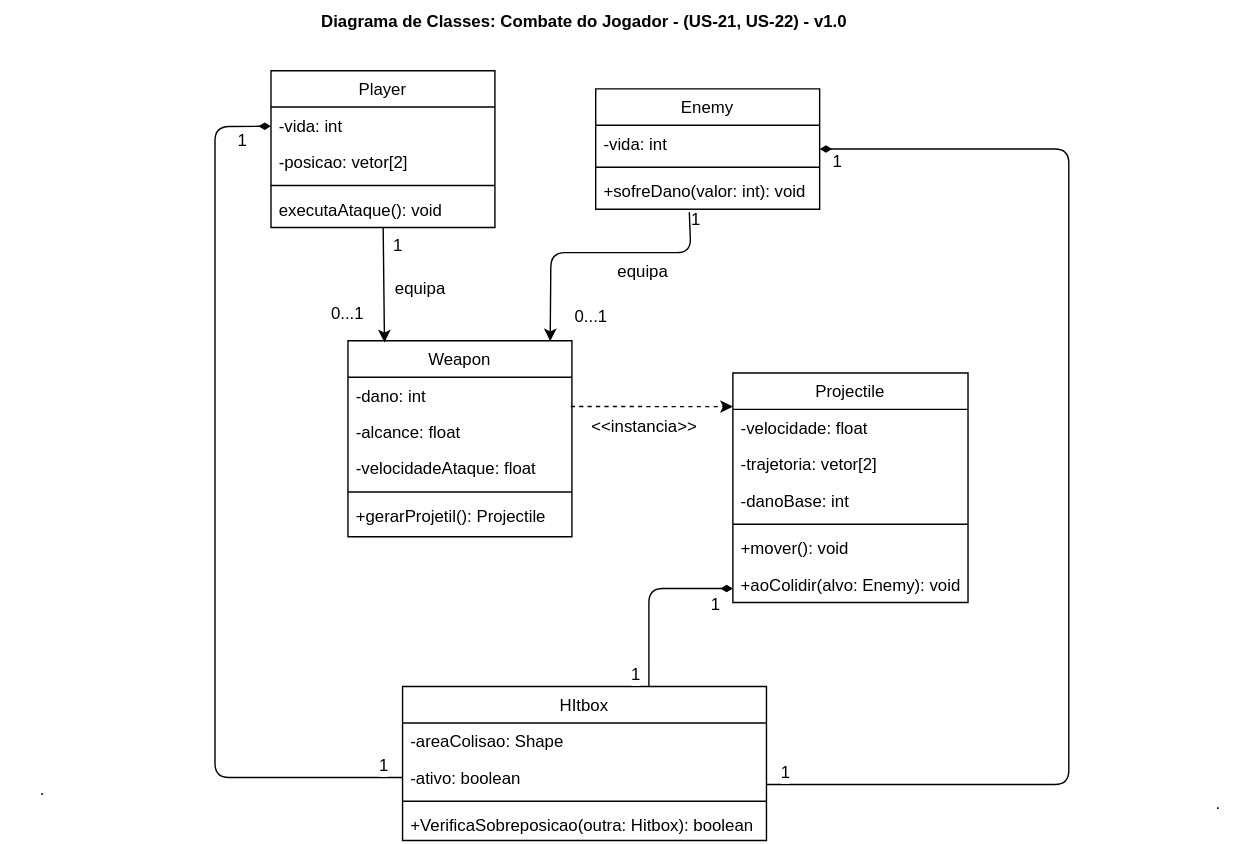
The draw.io diagram docs/Assets/UML_Combate_DiagramaClasse.drawio.svg in UnBArqDsw2026-1-Turma02/2026.1_T02_G1_MadDev_Entrega_02, before a commit. Source tidied: cells renumbered, new cells last; positions are measured from the earlier drawing's top-left corner, leaving out a move shared by most shapes.
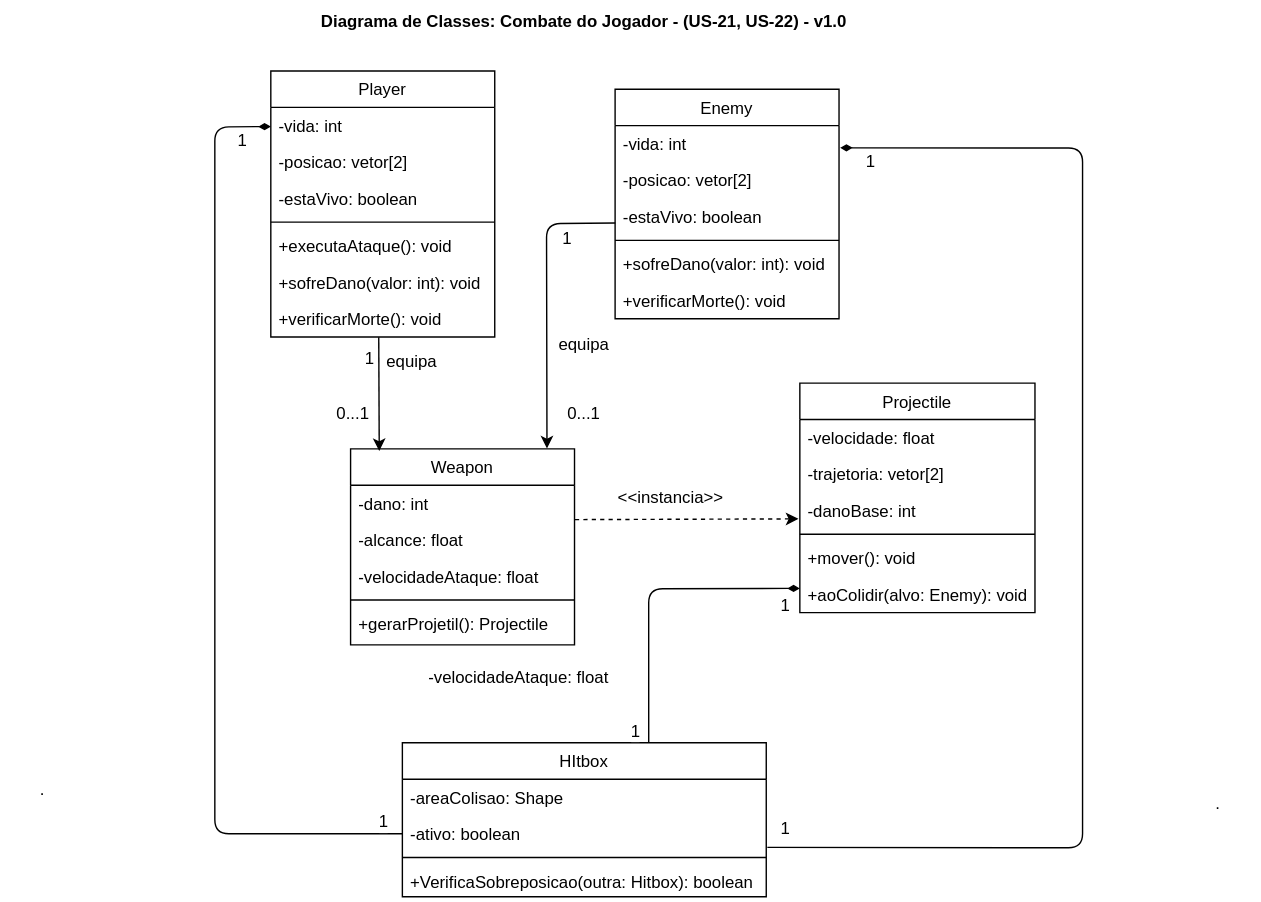
The same diagram one commit later.

Commit message:
docs: aplica refinamentos de combate pós-review (morte e dependências)

Diff of the diagram source:
```diff
@@ -3,22 +3,31 @@
     <mxCell id="0" />
     <mxCell id="1" parent="0" />
     <mxCell id="2" value="Player" style="swimlane;fontStyle=0;align=center;verticalAlign=top;horizontal=1;startSize=26;rounded=0;shadow=0;strokeWidth=1;labelBackgroundColor=default;" parent="1" vertex="1">
-      <mxGeometry x="193" y="50" width="160" height="112" as="geometry" />
+      <mxGeometry x="193" y="50" width="160" height="190" as="geometry" />
     </mxCell>
     <mxCell id="3" value="-vida: int " style="text;align=left;verticalAlign=top;spacingLeft=4;spacingRight=4;overflow=hidden;points=[[0,0.5],[1,0.5]];portConstraint=eastwest;labelBackgroundColor=default;" parent="2" vertex="1">
       <mxGeometry y="26" width="160" height="26" as="geometry" />
     </mxCell>
+    <mxCell id="51" value="-posicao: vetor[2]" style="text;align=left;verticalAlign=top;spacingLeft=4;spacingRight=4;overflow=hidden;rounded=0;shadow=0;html=0;labelBackgroundColor=default;" parent="2" vertex="1">
+      <mxGeometry y="52" width="160" height="26" as="geometry" />
+    </mxCell>
-    <mxCell id="4" value="-posicao: vetor[2]" style="text;align=left;verticalAlign=top;spacingLeft=4;spacingRight=4;overflow=hidden;rounded=0;shadow=0;html=0;labelBackgroundColor=default;" parent="2" vertex="1">
-      <mxGeometry y="52" width="160" height="26" as="geometry" />
+    <mxCell id="4" value="-estaVivo: boolean" style="text;align=left;verticalAlign=top;spacingLeft=4;spacingRight=4;overflow=hidden;rounded=0;shadow=0;html=0;labelBackgroundColor=default;" parent="2" vertex="1">
+      <mxGeometry y="78" width="160" height="26" as="geometry" />
     </mxCell>
     <mxCell id="5" style="line;html=1;strokeWidth=1;align=left;verticalAlign=middle;spacingTop=-1;spacingLeft=3;spacingRight=3;labelPosition=right;labelBackgroundColor=default;" parent="2" vertex="1">
-      <mxGeometry y="78" width="160" height="8" as="geometry" />
+      <mxGeometry y="104" width="160" height="8" as="geometry" />
     </mxCell>
-    <mxCell id="6" value="executaAtaque(): void" style="text;align=left;verticalAlign=top;spacingLeft=4;spacingRight=4;overflow=hidden;points=[[0,0.5],[1,0.5]];portConstraint=eastwest;labelBackgroundColor=default;" parent="2" vertex="1">
-      <mxGeometry y="86" width="160" height="26" as="geometry" />
+    <mxCell id="6" value="+executaAtaque(): void" style="text;align=left;verticalAlign=top;spacingLeft=4;spacingRight=4;overflow=hidden;points=[[0,0.5],[1,0.5]];portConstraint=eastwest;labelBackgroundColor=default;" parent="2" vertex="1">
+      <mxGeometry y="112" width="160" height="26" as="geometry" />
     </mxCell>
+    <mxCell id="52" value="+sofreDano(valor: int): void" style="text;align=left;verticalAlign=top;spacingLeft=4;spacingRight=4;overflow=hidden;labelBackgroundColor=default;" parent="2" vertex="1">
+      <mxGeometry y="138" width="160" height="26" as="geometry" />
+    </mxCell>
+    <mxCell id="53" value="+verificarMorte(): void" style="text;align=left;verticalAlign=top;spacingLeft=4;spacingRight=4;overflow=hidden;points=[[0,0.5],[1,0.5]];portConstraint=eastwest;labelBackgroundColor=default;" parent="2" vertex="1">
+      <mxGeometry y="164" width="160" height="26" as="geometry" />
+    </mxCell>
     <mxCell id="7" value="Projectile" style="swimlane;fontStyle=0;align=center;verticalAlign=top;horizontal=1;startSize=26;rounded=0;shadow=0;strokeWidth=1;labelBackgroundColor=default;" parent="1" vertex="1">
-      <mxGeometry x="523" y="266" width="168" height="164" as="geometry" />
+      <mxGeometry x="571" y="273" width="168" height="164" as="geometry" />
     </mxCell>
     <mxCell id="8" value="-velocidade: float" style="text;align=left;verticalAlign=top;spacingLeft=4;spacingRight=4;overflow=hidden;labelBackgroundColor=default;" parent="7" vertex="1">
       <mxGeometry y="26" width="168" height="26" as="geometry" />
@@ -39,7 +48,7 @@
       <mxGeometry y="138" width="168" height="26" as="geometry" />
     </mxCell>
     <mxCell id="14" value="HItbox" style="swimlane;fontStyle=0;align=center;verticalAlign=top;horizontal=1;startSize=26;rounded=0;shadow=0;strokeWidth=1;labelBackgroundColor=default;" parent="1" vertex="1">
-      <mxGeometry x="287" y="490" width="260" height="110" as="geometry" />
+      <mxGeometry x="287" y="530" width="260" height="110" as="geometry" />
     </mxCell>
     <mxCell id="15" value="-areaColisao: Shape" style="text;align=left;verticalAlign=top;spacingLeft=4;spacingRight=4;overflow=hidden;labelBackgroundColor=default;" parent="14" vertex="1">
       <mxGeometry y="26" width="260" height="26" as="geometry" />
@@ -54,7 +63,7 @@
       <mxGeometry y="86" width="260" height="24" as="geometry" />
     </mxCell>
     <mxCell id="19" value="Weapon" style="swimlane;fontStyle=0;align=center;verticalAlign=top;horizontal=1;startSize=26;rounded=0;shadow=0;strokeWidth=1;labelBackgroundColor=default;" parent="1" vertex="1">
-      <mxGeometry x="248" y="243" width="160" height="140" as="geometry" />
+      <mxGeometry x="250" y="320" width="160" height="140" as="geometry" />
     </mxCell>
     <mxCell id="20" value="-dano: int" style="text;align=left;verticalAlign=top;spacingLeft=4;spacingRight=4;overflow=hidden;points=[[0,0.5],[1,0.5]];portConstraint=eastwest;labelBackgroundColor=default;" parent="19" vertex="1">
       <mxGeometry y="26" width="160" height="26" as="geometry" />
@@ -72,42 +81,49 @@
       <mxGeometry y="112" width="160" height="26" as="geometry" />
     </mxCell>
     <mxCell id="25" value="Enemy" style="swimlane;fontStyle=0;align=center;verticalAlign=top;horizontal=1;startSize=26;rounded=0;shadow=0;strokeWidth=1;labelBackgroundColor=default;" parent="1" vertex="1">
-      <mxGeometry x="425" y="63" width="160" height="86" as="geometry" />
+      <mxGeometry x="439" y="63" width="160" height="164" as="geometry" />
     </mxCell>
     <mxCell id="26" value="-vida: int" style="text;align=left;verticalAlign=top;spacingLeft=4;spacingRight=4;overflow=hidden;points=[[0,0.5],[1,0.5]];portConstraint=eastwest;labelBackgroundColor=default;" parent="25" vertex="1">
       <mxGeometry y="26" width="160" height="26" as="geometry" />
     </mxCell>
+    <mxCell id="54" value="-posicao: vetor[2]" style="text;align=left;verticalAlign=top;spacingLeft=4;spacingRight=4;overflow=hidden;rounded=0;shadow=0;html=0;labelBackgroundColor=default;" parent="25" vertex="1">
+      <mxGeometry y="52" width="160" height="26" as="geometry" />
+    </mxCell>
+    <mxCell id="55" value="-estaVivo: boolean" style="text;align=left;verticalAlign=top;spacingLeft=4;spacingRight=4;overflow=hidden;points=[[0,0.5],[1,0.5]];portConstraint=eastwest;rounded=0;shadow=0;html=0;labelBackgroundColor=default;" parent="25" vertex="1">
+      <mxGeometry y="78" width="160" height="26" as="geometry" />
+    </mxCell>
     <mxCell id="27" style="line;html=1;strokeWidth=1;align=left;verticalAlign=middle;spacingTop=-1;spacingLeft=3;spacingRight=3;labelPosition=right;labelBackgroundColor=default;" parent="25" vertex="1">
-      <mxGeometry y="52" width="160" height="8" as="geometry" />
+      <mxGeometry y="104" width="160" height="8" as="geometry" />
     </mxCell>
     <mxCell id="28" value="+sofreDano(valor: int): void" style="text;align=left;verticalAlign=top;spacingLeft=4;spacingRight=4;overflow=hidden;points=[[0,0.5],[1,0.5]];portConstraint=eastwest;labelBackgroundColor=default;" parent="25" vertex="1">
-      <mxGeometry y="60" width="160" height="26" as="geometry" />
+      <mxGeometry y="112" width="160" height="26" as="geometry" />
     </mxCell>
+    <mxCell id="56" value="+verificarMorte(): void" style="text;align=left;verticalAlign=top;spacingLeft=4;spacingRight=4;overflow=hidden;labelBackgroundColor=default;" parent="25" vertex="1">
+      <mxGeometry y="138" width="160" height="26" as="geometry" />
+    </mxCell>
-    <mxCell id="29" style="endArrow=classic;html=1;rounded=1;entryX=0.163;entryY=0.008;entryDx=0;entryDy=0;curved=0;entryPerimeter=0;labelBackgroundColor=default;" parent="1" edge="1" source="6" target="19">
+    <mxCell id="29" style="endArrow=classic;html=1;rounded=1;entryX=0.128;entryY=0.011;entryDx=0;entryDy=0;curved=0;entryPerimeter=0;labelBackgroundColor=default;exitX=0.482;exitY=1.012;exitDx=0;exitDy=0;exitPerimeter=0;" parent="1" edge="1" source="53" target="19">
       <mxGeometry relative="1" as="geometry" />
     </mxCell>
-    <mxCell id="30" style="endArrow=classic;html=1;rounded=1;curved=0;entryX=0.903;entryY=0.002;entryDx=0;entryDy=0;entryPerimeter=0;exitX=0.418;exitY=1.085;exitDx=0;exitDy=0;exitPerimeter=0;labelBackgroundColor=default;" parent="1" edge="1" source="28" target="19">
+    <mxCell id="30" style="endArrow=classic;html=1;rounded=1;curved=0;entryX=0.877;entryY=-0.002;entryDx=0;entryDy=0;entryPerimeter=0;labelBackgroundColor=default;exitX=0.001;exitY=0.676;exitDx=0;exitDy=0;exitPerimeter=0;" parent="1" edge="1" source="55" target="19">
       <mxGeometry relative="1" as="geometry">
         <Array as="points">
-          <mxPoint x="493" y="180" />
-          <mxPoint x="393" y="180" />
+          <mxPoint x="390" y="159" />
         </Array>
       </mxGeometry>
     </mxCell>
     <mxCell id="31" value="equipa" style="text;html=1;whiteSpace=wrap;strokeColor=none;fillColor=none;align=center;verticalAlign=middle;rounded=0;labelBackgroundColor=default;" parent="1" vertex="1">
-      <mxGeometry x="429" y="179" width="60" height="30" as="geometry" />
+      <mxGeometry x="387" y="231" width="60" height="30" as="geometry" />
     </mxCell>
-    <mxCell id="32" style="endArrow=classic;dashed=1;html=1;rounded=0;endFill=1;exitX=0.995;exitY=0.806;exitDx=0;exitDy=0;exitPerimeter=0;labelBackgroundColor=default;" parent="1" edge="1" source="20">
+    <mxCell id="32" style="endArrow=classic;dashed=1;html=1;rounded=0;endFill=1;exitX=1.002;exitY=0.943;exitDx=0;exitDy=0;exitPerimeter=0;labelBackgroundColor=default;" parent="1" edge="1" source="20">
       <mxGeometry relative="1" as="geometry">
-        <mxPoint x="523" y="290" as="targetPoint" />
+        <mxPoint x="570" y="370" as="targetPoint" />
       </mxGeometry>
     </mxCell>
-    <mxCell id="33" value="&amp;lt;&amp;lt;instancia&amp;gt;&amp;gt;" style="text;html=1;whiteSpace=wrap;strokeColor=none;fillColor=none;align=center;verticalAlign=middle;rounded=0;labelBackgroundColor=default;" parent="1" vertex="1">
-      <mxGeometry x="410" y="290" width="100" height="30" as="geometry" />
+    <mxCell id="33" value="&amp;lt;&amp;lt;instancia&amp;gt;&amp;gt;" style="text;html=1;whiteSpace=wrap;strokeColor=none;fillColor=none;align=center;verticalAlign=middle;rounded=0;labelBackgroundColor=default;rotation=0;" parent="1" vertex="1">
+      <mxGeometry x="429" y="340" width="100" height="30" as="geometry" />
     </mxCell>
-    <mxCell id="34" style="endArrow=diamondThin;html=1;rounded=1;exitX=0.677;exitY=0;exitDx=0;exitDy=0;endFill=1;curved=0;exitPerimeter=0;labelBackgroundColor=default;" parent="1" edge="1" source="14">
+    <mxCell id="34" style="endArrow=diamondThin;html=1;rounded=1;exitX=0.677;exitY=0;exitDx=0;exitDy=0;endFill=1;curved=0;exitPerimeter=0;labelBackgroundColor=default;entryX=0;entryY=0.333;entryDx=0;entryDy=0;entryPerimeter=0;" parent="1" edge="1" source="14" target="13">
       <mxGeometry relative="1" as="geometry">
-        <mxPoint x="523" y="420" as="targetPoint" />
         <Array as="points">
           <mxPoint x="463" y="420" />
         </Array>
@@ -116,48 +132,45 @@
     <mxCell id="35" style="endArrow=diamondThin;html=1;rounded=1;exitX=0;exitY=0.5;exitDx=0;exitDy=0;endFill=1;labelBackgroundColor=default;" parent="1" edge="1" source="16" target="3">
       <mxGeometry relative="1" as="geometry">
         <Array as="points">
-          <mxPoint x="153" y="555" />
+          <mxPoint x="153" y="595" />
           <mxPoint x="153" y="90" />
         </Array>
       </mxGeometry>
     </mxCell>
-    <mxCell id="36" style="endArrow=diamondThin;html=1;rounded=1;curved=0;exitX=1;exitY=0.692;exitDx=0;exitDy=0;exitPerimeter=0;endFill=1;labelBackgroundColor=default;" parent="1" edge="1" source="16" target="25">
+    <mxCell id="36" style="endArrow=diamondThin;html=1;rounded=1;curved=0;exitX=1.003;exitY=0.874;exitDx=0;exitDy=0;exitPerimeter=0;endFill=1;labelBackgroundColor=default;entryX=1.005;entryY=0.611;entryDx=0;entryDy=0;entryPerimeter=0;" parent="1" edge="1" source="16" target="26">
       <mxGeometry relative="1" as="geometry">
         <Array as="points">
-          <mxPoint x="763" y="560" />
-          <mxPoint x="763" y="106" />
+          <mxPoint x="773" y="605" />
+          <mxPoint x="773" y="105" />
         </Array>
       </mxGeometry>
     </mxCell>
     <mxCell id="37" value="equipa" style="text;html=1;whiteSpace=wrap;strokeColor=none;fillColor=none;align=center;verticalAlign=middle;rounded=0;labelBackgroundColor=default;" parent="1" vertex="1">
-      <mxGeometry x="270" y="191" width="60" height="30" as="geometry" />
+      <mxGeometry x="264" y="243" width="60" height="30" as="geometry" />
     </mxCell>
     <mxCell id="38" value="1" style="text;html=1;whiteSpace=wrap;strokeColor=none;fillColor=none;align=center;verticalAlign=middle;rounded=0;labelBackgroundColor=default;" parent="1" vertex="1">
       <mxGeometry x="163" y="95" width="20" height="10" as="geometry" />
     </mxCell>
-    <mxCell id="39" value="1" style="text;html=1;whiteSpace=wrap;strokeColor=none;fillColor=none;align=center;verticalAlign=middle;rounded=0;labelBackgroundColor=default;" parent="1" vertex="1">
-      <mxGeometry x="274" y="170" width="20" height="10" as="geometry" />
-    </mxCell>
     <mxCell id="40" value="1" style="text;html=1;whiteSpace=wrap;strokeColor=none;fillColor=none;align=center;verticalAlign=middle;rounded=0;labelBackgroundColor=default;" parent="1" vertex="1">
-      <mxGeometry x="487" y="152" width="20" height="10" as="geometry" />
+      <mxGeometry x="395" y="165" width="20" height="10" as="geometry" />
     </mxCell>
     <mxCell id="41" value="1" style="text;html=1;whiteSpace=wrap;strokeColor=none;fillColor=none;align=center;verticalAlign=middle;rounded=0;labelBackgroundColor=default;" parent="1" vertex="1">
-      <mxGeometry x="588" y="110" width="20" height="10" as="geometry" />
+      <mxGeometry x="612" y="110" width="20" height="10" as="geometry" />
     </mxCell>
     <mxCell id="42" value="1" style="text;html=1;whiteSpace=wrap;strokeColor=none;fillColor=none;align=center;verticalAlign=middle;rounded=0;labelBackgroundColor=default;" parent="1" vertex="1">
-      <mxGeometry x="501" y="427" width="20" height="10" as="geometry" />
+      <mxGeometry x="551" y="427" width="20" height="10" as="geometry" />
     </mxCell>
     <mxCell id="43" value="1" style="text;html=1;whiteSpace=wrap;strokeColor=none;fillColor=none;align=center;verticalAlign=middle;rounded=0;labelBackgroundColor=default;" parent="1" vertex="1">
-      <mxGeometry x="444" y="477" width="20" height="10" as="geometry" />
+      <mxGeometry x="444" y="517" width="20" height="10" as="geometry" />
     </mxCell>
     <mxCell id="44" value="1" style="text;html=1;whiteSpace=wrap;strokeColor=none;fillColor=none;align=center;verticalAlign=middle;rounded=0;labelBackgroundColor=default;" parent="1" vertex="1">
-      <mxGeometry x="551" y="547" width="20" height="10" as="geometry" />
+      <mxGeometry x="551" y="587" width="20" height="10" as="geometry" />
     </mxCell>
     <mxCell id="45" value="1" style="text;html=1;whiteSpace=wrap;strokeColor=none;fillColor=none;align=center;verticalAlign=middle;rounded=0;labelBackgroundColor=default;" parent="1" vertex="1">
-      <mxGeometry x="264" y="542" width="20" height="10" as="geometry" />
+      <mxGeometry x="264" y="582" width="20" height="10" as="geometry" />
     </mxCell>
     <mxCell id="46" value="&amp;nbsp; 0...1&amp;nbsp;&amp;nbsp;" style="text;html=1;whiteSpace=wrap;strokeColor=none;fillColor=none;align=center;verticalAlign=middle;rounded=0;labelBackgroundColor=default;" parent="1" vertex="1">
-      <mxGeometry x="226" y="219" width="44" height="10" as="geometry" />
+      <mxGeometry x="230" y="290" width="44" height="10" as="geometry" />
     </mxCell>
     <mxCell id="47" value="&lt;b&gt;Diagrama de Classes: Combate do Jogador&amp;nbsp;&lt;/b&gt;&lt;b&gt;-&amp;nbsp;&lt;/b&gt;&lt;b&gt;(US-21, US-22) -&amp;nbsp;&lt;/b&gt;&lt;b&gt;v1.0&lt;/b&gt;" style="text;html=1;whiteSpace=wrap;strokeColor=none;fillColor=none;align=center;verticalAlign=middle;rounded=0;labelBackgroundColor=default;" parent="1" vertex="1">
       <mxGeometry x="202" width="430" height="30" as="geometry" />
@@ -169,7 +182,13 @@
       <mxGeometry x="840" y="559" width="60" height="30" as="geometry" />
     </mxCell>
     <mxCell id="50" value="&amp;nbsp; 0...1&amp;nbsp;&amp;nbsp;" style="text;html=1;whiteSpace=wrap;strokeColor=none;fillColor=none;align=center;verticalAlign=middle;rounded=0;labelBackgroundColor=default;" parent="1" vertex="1">
-      <mxGeometry x="400" y="221" width="44" height="10" as="geometry" />
+      <mxGeometry x="395" y="290" width="44" height="10" as="geometry" />
     </mxCell>
+    <mxCell id="39" value="1" style="text;html=1;whiteSpace=wrap;strokeColor=none;fillColor=none;align=center;verticalAlign=middle;rounded=0;labelBackgroundColor=default;" parent="1" vertex="1">
+      <mxGeometry x="254" y="251" width="20" height="10" as="geometry" />
+    </mxCell>
+    <mxCell id="57" value="-velocidadeAtaque: float" style="text;align=left;verticalAlign=top;spacingLeft=4;spacingRight=4;overflow=hidden;rounded=0;shadow=0;html=0;labelBackgroundColor=default;" parent="1" vertex="1">
+      <mxGeometry x="300" y="470" width="160" height="26" as="geometry" />
+    </mxCell>
   </root>
 </mxGraphModel>
```
